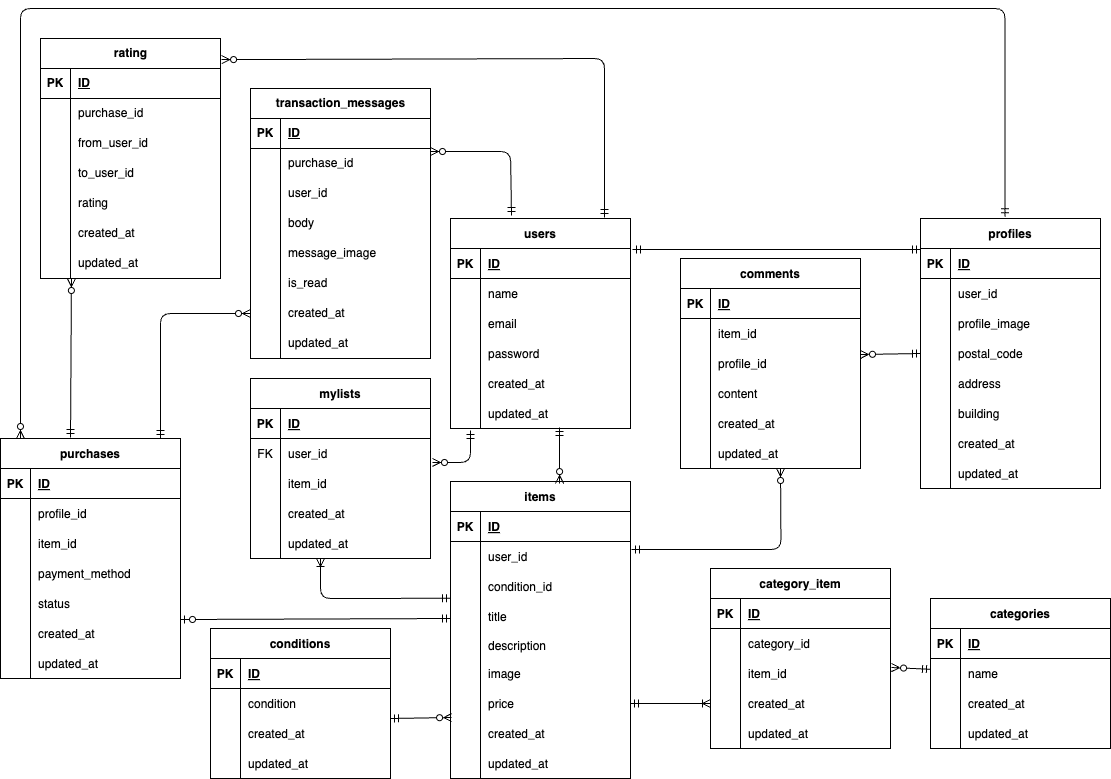
This is marketplace-app.drawio.png from saaya0401/marketplace-app, a draw.io export, as it was before one commit. Source tidied: cells renumbered, new cells last; positions are measured from the earlier drawing's top-left corner, leaving out a move shared by most shapes.
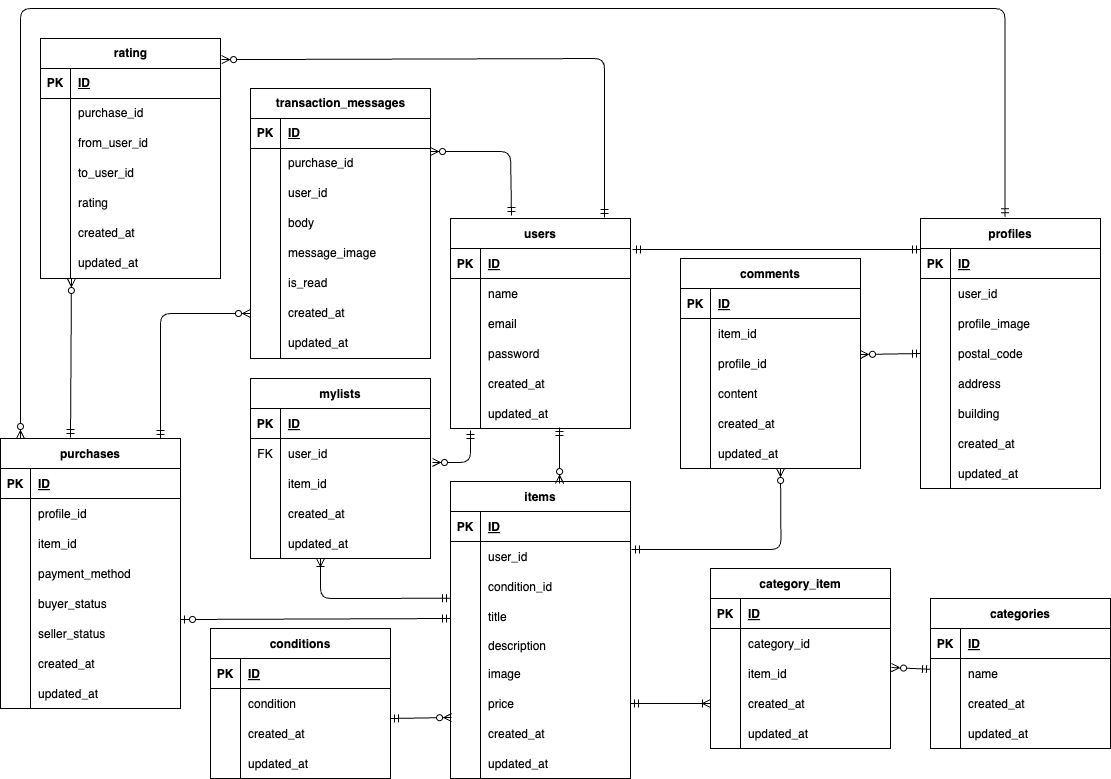
After the commit.

Diff of the diagram source:
```diff
@@ -411,7 +411,7 @@
       <mxGeometry x="30" width="150" height="30" as="geometry" />
     </mxCell>
     <mxCell id="138" value="purchases" style="shape=table;startSize=30;rowLines=0;fontStyle=1;align=center;" parent="1" vertex="1">
-      <mxGeometry y="430" width="180" height="240" as="geometry" />
+      <mxGeometry y="430" width="180" height="270" as="geometry" />
     </mxCell>
     <mxCell id="139" style="shape=tableRow;horizontal=0;startSize=0;swimlaneHead=0;swimlaneBody=0;fillColor=none;top=0;left=0;right=0;bottom=1;" parent="138" vertex="1">
       <mxGeometry y="30" width="180" height="30" as="geometry" />
@@ -455,7 +455,7 @@
     <mxCell id="152" style="shape=partialRectangle;fillColor=none;top=0;left=0;bottom=0;right=0;overflow=hidden;" parent="151" vertex="1">
       <mxGeometry width="30" height="30" as="geometry" />
     </mxCell>
-    <mxCell id="153" value="status" style="shape=partialRectangle;fillColor=none;top=0;left=0;bottom=0;right=0;align=left;spacingLeft=6;overflow=hidden;" parent="151" vertex="1">
+    <mxCell id="153" value="buyer_status" style="shape=partialRectangle;fillColor=none;top=0;left=0;bottom=0;right=0;align=left;spacingLeft=6;overflow=hidden;" parent="151" vertex="1">
       <mxGeometry x="30" width="150" height="30" as="geometry" />
     </mxCell>
     <mxCell id="154" style="shape=tableRow;horizontal=0;startSize=0;swimlaneHead=0;swimlaneBody=0;fillColor=none;top=0;left=0;right=0;bottom=0;" parent="138" vertex="1">
@@ -464,7 +464,7 @@
     <mxCell id="155" style="shape=partialRectangle;fillColor=none;top=0;left=0;bottom=0;right=0;overflow=hidden;" parent="154" vertex="1">
       <mxGeometry width="30" height="30" as="geometry" />
     </mxCell>
-    <mxCell id="156" value="created_at" style="shape=partialRectangle;fillColor=none;top=0;left=0;bottom=0;right=0;align=left;spacingLeft=6;overflow=hidden;" parent="154" vertex="1">
+    <mxCell id="156" value="seller_status" style="shape=partialRectangle;fillColor=none;top=0;left=0;bottom=0;right=0;align=left;spacingLeft=6;overflow=hidden;" parent="154" vertex="1">
       <mxGeometry x="30" width="150" height="30" as="geometry" />
     </mxCell>
     <mxCell id="157" style="shape=tableRow;horizontal=0;startSize=0;swimlaneHead=0;swimlaneBody=0;fillColor=none;top=0;left=0;right=0;bottom=0;" parent="138" vertex="1">
@@ -473,9 +473,18 @@
     <mxCell id="158" style="shape=partialRectangle;fillColor=none;top=0;left=0;bottom=0;right=0;overflow=hidden;" parent="157" vertex="1">
       <mxGeometry width="30" height="30" as="geometry" />
     </mxCell>
-    <mxCell id="159" value="updated_at" style="shape=partialRectangle;fillColor=none;top=0;left=0;bottom=0;right=0;align=left;spacingLeft=6;overflow=hidden;" parent="157" vertex="1">
+    <mxCell id="159" value="created_at" style="shape=partialRectangle;fillColor=none;top=0;left=0;bottom=0;right=0;align=left;spacingLeft=6;overflow=hidden;" parent="157" vertex="1">
       <mxGeometry x="30" width="150" height="30" as="geometry" />
     </mxCell>
+    <mxCell id="236" style="shape=tableRow;horizontal=0;startSize=0;swimlaneHead=0;swimlaneBody=0;fillColor=none;top=0;left=0;right=0;bottom=0;" parent="138" vertex="1">
+      <mxGeometry y="240" width="180" height="30" as="geometry" />
+    </mxCell>
+    <mxCell id="237" style="shape=partialRectangle;fillColor=none;top=0;left=0;bottom=0;right=0;overflow=hidden;" parent="236" vertex="1">
+      <mxGeometry width="30" height="30" as="geometry" />
+    </mxCell>
+    <mxCell id="238" value="updated_at" style="shape=partialRectangle;fillColor=none;top=0;left=0;bottom=0;right=0;align=left;spacingLeft=6;overflow=hidden;" parent="236" vertex="1">
+      <mxGeometry x="30" width="150" height="30" as="geometry" />
+    </mxCell>
     <mxCell id="160" style="fontSize=12;html=1;endArrow=ERoneToMany;startArrow=ERmandOne;entryX=0;entryY=0.5;entryDx=0;entryDy=0;exitX=1;exitY=0.5;exitDx=0;exitDy=0;" parent="1" edge="1" source="81" target="132">
       <mxGeometry relative="1" as="geometry">
         <Array as="points">
```
